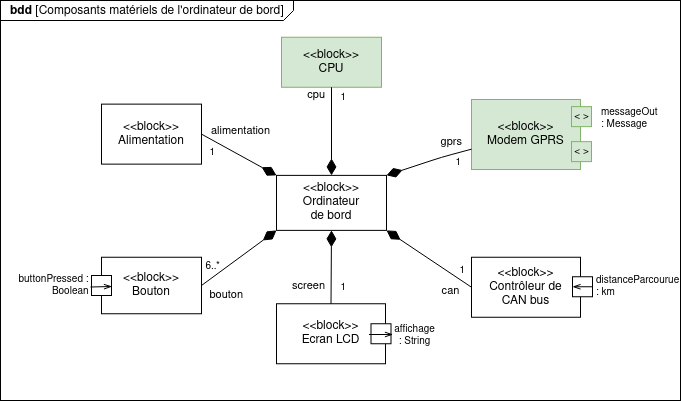
Dalker/ISI-mobility keeps this draw.io diagram as presentation/slide2.3.png. Above is the earlier version. Source tidied: cells renumbered, new cells last; positions are measured from the earlier drawing's top-left corner, leaving out a move shared by most shapes. Source of this version:
```xml
<mxGraphModel>
  <root>
    <mxCell id="0" />
    <mxCell id="1" parent="0" />
    <mxCell id="2" value="&lt;p style=&quot;margin: 0px ; margin-top: 4px ; margin-left: 10px ; text-align: left&quot;&gt;&lt;b&gt;bdd&lt;/b&gt; [Composants matériels de l'ordinateur de bord]&lt;br&gt;&lt;/p&gt;" style="html=1;strokeWidth=1;shape=mxgraph.sysml.package;labelX=293;align=left;spacingLeft=10;overflow=fill;spacing=1;" parent="1" vertex="1">
      <mxGeometry width="680" height="400" as="geometry" />
    </mxCell>
    <mxCell id="3" value="&lt;div&gt;&lt;span style=&quot;font-weight: normal&quot;&gt;&amp;lt;&amp;lt;block&amp;gt;&amp;gt;&lt;br&gt;&lt;/span&gt;&lt;/div&gt;&lt;div&gt;&lt;span style=&quot;font-weight: normal&quot;&gt;Modem GPRS&lt;br&gt;&lt;/span&gt;&lt;/div&gt;&lt;span style=&quot;font-weight: normal&quot;&gt;&lt;/span&gt;" style="strokeColor=#82b366;fillColor=#d5e8d4;shape=rect;fontStyle=1;html=1;whiteSpace=wrap;align=center;spacingBottom=0;" parent="2" vertex="1">
      <mxGeometry x="471" y="99" width="109" height="70" as="geometry" />
    </mxCell>
    <mxCell id="4" value="&lt;div&gt;&lt;span style=&quot;font-weight: normal&quot;&gt;&amp;lt;&amp;lt;block&amp;gt;&amp;gt;&lt;br&gt;&lt;/span&gt;&lt;/div&gt;&lt;div&gt;&lt;span style=&quot;font-weight: normal&quot;&gt;Ordinateur&lt;/span&gt;&lt;/div&gt;&lt;div&gt;&lt;span style=&quot;font-weight: normal&quot;&gt;de bord&lt;/span&gt;&lt;br&gt;&lt;/div&gt;" style="strokeColor=inherit;fillColor=inherit;gradientColor=inherit;shape=rect;fontStyle=1;html=1;whiteSpace=wrap;align=center;" parent="2" vertex="1">
      <mxGeometry x="276" y="174.9" width="110" height="55" as="geometry" />
    </mxCell>
    <mxCell id="5" value="&lt;div&gt;&lt;span style=&quot;font-weight: normal&quot;&gt;&amp;lt;&amp;lt;block&amp;gt;&amp;gt;&lt;br&gt;&lt;/span&gt;&lt;/div&gt;&lt;span style=&quot;font-weight: normal&quot;&gt;CPU&lt;/span&gt;" style="strokeColor=#82b366;fillColor=#d5e8d4;shape=rect;fontStyle=1;html=1;whiteSpace=wrap;align=center;" parent="2" vertex="1">
      <mxGeometry x="281" y="36.8" width="100" height="50" as="geometry" />
    </mxCell>
    <mxCell id="6" value="&lt;div&gt;&lt;span style=&quot;font-weight: normal&quot;&gt;&amp;lt;&amp;lt;block&amp;gt;&amp;gt;&lt;br&gt;&lt;/span&gt;&lt;/div&gt;&lt;div&gt;&lt;span style=&quot;font-weight: normal&quot;&gt;Bouton&lt;br&gt;&lt;/span&gt;&lt;/div&gt;&lt;span style=&quot;font-weight: normal&quot;&gt;&lt;/span&gt;" style="strokeColor=inherit;fillColor=inherit;gradientColor=inherit;shape=rect;fontStyle=1;html=1;whiteSpace=wrap;align=center;" parent="2" vertex="1">
      <mxGeometry x="101" y="256.8" width="100" height="56.5" as="geometry" />
    </mxCell>
    <mxCell id="7" value="&lt;div&gt;&lt;span style=&quot;font-weight: normal&quot;&gt;&amp;lt;&amp;lt;block&amp;gt;&amp;gt;&lt;br&gt;&lt;/span&gt;&lt;/div&gt;&lt;div&gt;&lt;span style=&quot;font-weight: normal&quot;&gt;Ecran LCD&lt;br&gt;&lt;/span&gt;&lt;/div&gt;&lt;span style=&quot;font-weight: normal&quot;&gt;&lt;/span&gt;" style="strokeColor=inherit;fillColor=inherit;gradientColor=inherit;shape=rect;fontStyle=1;html=1;whiteSpace=wrap;align=center;" parent="2" vertex="1">
      <mxGeometry x="276" y="303.2" width="109" height="60" as="geometry" />
    </mxCell>
    <mxCell id="8" value="screen" style="align=right;html=1;verticalAlign=bottom;endArrow=none;startArrow=diamondThin;startSize=14;startFill=1;edgeStyle=none;entryX=0.5;entryY=0;entryDx=0;entryDy=0;exitX=0.5;exitY=1;exitDx=0;exitDy=0;spacing=7;" parent="2" edge="1" source="4" target="7">
      <mxGeometry x="0.91" relative="1" as="geometry" />
    </mxCell>
    <mxCell id="9" value="1" style="html=1;align=right;verticalAlign=top;labelBackgroundColor=none;fontSize=10;" parent="8" vertex="1">
      <mxGeometry x="1" relative="1" as="geometry">
        <mxPoint x="15" y="-28.6" as="offset" />
      </mxGeometry>
    </mxCell>
    <mxCell id="10" value="cpu" style="align=right;html=1;verticalAlign=bottom;endArrow=none;startArrow=diamondThin;startSize=14;startFill=1;edgeStyle=none;exitX=0.5;exitY=0;exitDx=0;exitDy=0;entryX=0.5;entryY=1;entryDx=0;entryDy=0;" parent="2" edge="1" source="4" target="5">
      <mxGeometry x="0.6" y="5" relative="1" as="geometry" />
    </mxCell>
    <mxCell id="11" value="1" style="html=1;align=right;verticalAlign=top;labelBackgroundColor=none;fontSize=10;" parent="10" vertex="1">
      <mxGeometry x="1" relative="1" as="geometry">
        <mxPoint x="15" y="-3" as="offset" />
      </mxGeometry>
    </mxCell>
    <mxCell id="12" value="bouton" style="align=right;html=1;verticalAlign=bottom;endArrow=none;startArrow=diamondThin;startSize=14;startFill=1;edgeStyle=none;exitX=0;exitY=1;exitDx=0;exitDy=0;entryX=1;entryY=0.5;entryDx=0;entryDy=0;spacingTop=0;spacingBottom=0;spacingLeft=0;spacingRight=0;spacing=-2;" parent="2" edge="1" source="4" target="6">
      <mxGeometry x="0.52" y="35" relative="1" as="geometry" />
    </mxCell>
    <mxCell id="13" value="6..*" style="html=1;align=right;verticalAlign=top;labelBackgroundColor=none;fontSize=10;" parent="12" vertex="1">
      <mxGeometry x="1" relative="1" as="geometry">
        <mxPoint x="18.9" y="-32" as="offset" />
      </mxGeometry>
    </mxCell>
    <mxCell id="14" value="alimentation" style="align=center;html=1;verticalAlign=bottom;endArrow=none;startArrow=diamondThin;startSize=14;startFill=1;edgeStyle=none;exitX=0;exitY=0;exitDx=0;exitDy=0;entryX=1;entryY=0.5;entryDx=0;entryDy=0;labelPosition=center;verticalLabelPosition=top;horizontal=1;spacing=20;spacingLeft=-21;spacingTop=1;spacingBottom=3;" parent="2" edge="1" source="4" target="25">
      <mxGeometry x="-0.33" relative="1" as="geometry" />
    </mxCell>
    <mxCell id="15" value="1" style="html=1;align=right;verticalAlign=top;labelBackgroundColor=none;fontSize=10;" parent="14" vertex="1">
      <mxGeometry x="1" relative="1" as="geometry">
        <mxPoint x="14" y="5.2" as="offset" />
      </mxGeometry>
    </mxCell>
    <mxCell id="16" value="&lt;div&gt;&lt;span style=&quot;font-weight: normal&quot;&gt;&amp;lt;&amp;lt;block&amp;gt;&amp;gt;&lt;br&gt;&lt;/span&gt;&lt;/div&gt;&lt;div&gt;&lt;span style=&quot;font-weight: normal&quot;&gt;Contrôleur de&lt;br&gt;&lt;/span&gt;&lt;/div&gt;&lt;div&gt;&lt;span style=&quot;font-weight: normal&quot;&gt;CAN bus&lt;br&gt;&lt;/span&gt;&lt;/div&gt;&lt;span style=&quot;font-weight: normal&quot;&gt;&lt;/span&gt;" style="strokeColor=inherit;fillColor=inherit;gradientColor=inherit;shape=rect;fontStyle=1;html=1;whiteSpace=wrap;align=center;" parent="2" vertex="1">
      <mxGeometry x="471" y="256.8" width="109" height="60" as="geometry" />
    </mxCell>
    <mxCell id="17" value="can" style="align=center;html=1;verticalAlign=bottom;endArrow=none;startArrow=diamondThin;startSize=14;startFill=1;edgeStyle=none;exitX=1;exitY=1;exitDx=0;exitDy=0;spacingTop=0;labelPosition=center;verticalLabelPosition=top;spacingBottom=0;spacingLeft=0;entryX=0;entryY=0.5;entryDx=0;entryDy=0;" parent="2" edge="1" source="4" target="16">
      <mxGeometry x="0.8" y="-23" relative="1" as="geometry" />
    </mxCell>
    <mxCell id="18" value="1" style="html=1;align=right;verticalAlign=top;labelBackgroundColor=none;fontSize=10;" parent="17" vertex="1">
      <mxGeometry x="1" relative="1" as="geometry">
        <mxPoint x="-6" y="-29.9" as="offset" />
      </mxGeometry>
    </mxCell>
    <mxCell id="19" value="&amp;lt; &amp;gt;" style="strokeColor=#82b366;fillColor=#d5e8d4;shape=rect;html=1;align=center;verticalAlign=middle;labelPosition=center;verticalLabelPosition=middle;labelBackgroundColor=none;fontSize=10;paart=1;" parent="2" vertex="1">
      <mxGeometry x="571" y="106.1" width="20" height="20" as="geometry" />
    </mxCell>
    <mxCell id="20" value="&lt;div&gt;affichage&lt;/div&gt;&lt;div&gt;: String&lt;br&gt;&lt;/div&gt;" style="strokeColor=inherit;fillColor=inherit;gradientColor=inherit;shape=rect;points=[[0,0.5,0]];html=1;align=center;verticalAlign=top;labelPosition=center;verticalLabelPosition=bottom;labelBackgroundColor=none;fontSize=10;paart=1;rotation=90;horizontal=0;spacing=3;spacingBottom=0;spacingTop=-8;spacingLeft=26;" parent="2" vertex="1">
      <mxGeometry x="370.5" y="323.2" width="20" height="20" as="geometry" />
    </mxCell>
    <mxCell id="21" style="endArrow=openThin;html=1;strokeColor=#000000;fontSize=10;endFill=0;exitX=0.538;exitY=1.1;exitDx=0;exitDy=0;exitPerimeter=0;" parent="2" edge="1" source="20">
      <mxGeometry x="461" y="363.2" as="geometry">
        <mxPoint x="392.5" y="334" as="targetPoint" />
      </mxGeometry>
    </mxCell>
    <mxCell id="22" value="&lt;div&gt;buttonPressed :&lt;/div&gt;&lt;div align=&quot;right&quot;&gt;Boolean&lt;br&gt;&lt;/div&gt;" style="strokeColor=inherit;fillColor=inherit;gradientColor=inherit;shape=rect;points=[[0,0.5,0]];html=1;align=center;verticalAlign=middle;labelPosition=center;verticalLabelPosition=middle;labelBackgroundColor=none;fontSize=10;paart=1;rotation=90;horizontal=0;spacing=1;spacingBottom=0;spacingTop=-1;spacingLeft=-97;" parent="2" vertex="1">
      <mxGeometry x="91" y="275" width="20" height="20" as="geometry" />
    </mxCell>
    <mxCell id="23" value="&amp;lt; &amp;gt;" style="strokeColor=#82b366;fillColor=#d5e8d4;shape=rect;html=1;align=center;verticalAlign=middle;labelPosition=center;verticalLabelPosition=middle;labelBackgroundColor=none;fontSize=10;paart=1;" parent="2" vertex="1">
      <mxGeometry x="571" y="141.1" width="20" height="20" as="geometry" />
    </mxCell>
    <mxCell id="24" value="&lt;div&gt;messageOut&lt;/div&gt;&lt;div&gt;: Message&lt;br&gt;&lt;/div&gt;" style="text;html=1;align=left;verticalAlign=middle;labelBackgroundColor=#ffffff;fontSize=10;spacing=2;spacingLeft=-6;spacingRight=0;spacingTop=0;spacingBottom=4;" parent="2" vertex="1">
      <mxGeometry x="591" y="161.1" as="geometry">
        <mxPoint x="14" y="-42" as="offset" />
      </mxGeometry>
    </mxCell>
    <mxCell id="25" value="&lt;div&gt;&lt;span style=&quot;font-weight: normal&quot;&gt;&amp;lt;&amp;lt;block&amp;gt;&amp;gt;&lt;br&gt;&lt;/span&gt;&lt;/div&gt;&lt;div&gt;&lt;span style=&quot;font-weight: normal&quot;&gt;Alimentation&lt;br&gt;&lt;/span&gt;&lt;/div&gt;&lt;span style=&quot;font-weight: normal&quot;&gt;&lt;/span&gt;" style="strokeColor=inherit;fillColor=inherit;gradientColor=inherit;shape=rect;fontStyle=1;html=1;whiteSpace=wrap;align=center;" parent="2" vertex="1">
      <mxGeometry x="101" y="103.6" width="100" height="60" as="geometry" />
    </mxCell>
    <mxCell id="26" value="gprs" style="align=right;html=1;verticalAlign=bottom;endArrow=none;startArrow=diamondThin;startSize=14;startFill=1;edgeStyle=none;exitX=1;exitY=0;exitDx=0;exitDy=0;" parent="2" edge="1" source="4" target="3">
      <mxGeometry x="0.82" relative="1" as="geometry">
        <Array as="points">
          <mxPoint x="441" y="156.8" />
        </Array>
      </mxGeometry>
    </mxCell>
    <mxCell id="27" value="1" style="html=1;align=right;verticalAlign=top;labelBackgroundColor=none;fontSize=10;" parent="26" vertex="1">
      <mxGeometry x="1" relative="1" as="geometry">
        <mxPoint x="-10" as="offset" />
      </mxGeometry>
    </mxCell>
    <mxCell id="28" value="&lt;div&gt;distanceParcourue&lt;/div&gt;&lt;div align=&quot;left&quot;&gt;: km&lt;br&gt;&lt;/div&gt;" style="strokeColor=inherit;fillColor=inherit;gradientColor=inherit;shape=rect;html=1;align=left;verticalAlign=middle;labelPosition=right;verticalLabelPosition=middle;labelBackgroundColor=none;fontSize=10;paart=1;rotation=0;horizontal=1;spacing=4;spacingBottom=0;spacingTop=0;spacingLeft=0;" parent="2" vertex="1">
      <mxGeometry x="572" y="276.2" width="20" height="20" as="geometry" />
    </mxCell>
    <mxCell id="29" style="endArrow=none;html=1;strokeColor=#000000;fontSize=10;endFill=0;startArrow=openThin;startFill=0;" parent="2" edge="1">
      <mxGeometry x="562" y="276.2" as="geometry">
        <mxPoint x="572" y="286.2" as="sourcePoint" />
        <mxPoint x="592" y="286.2" as="targetPoint" />
      </mxGeometry>
    </mxCell>
    <mxCell id="30" style="endArrow=openThin;html=1;strokeColor=#000000;fontSize=10;endFill=0;exitX=0.575;exitY=1.05;exitDx=0;exitDy=0;exitPerimeter=0;" parent="2" edge="1" source="22">
      <mxGeometry x="191" y="325" as="geometry">
        <mxPoint x="111.5" y="286" as="targetPoint" />
      </mxGeometry>
    </mxCell>
  </root>
</mxGraphModel>
```
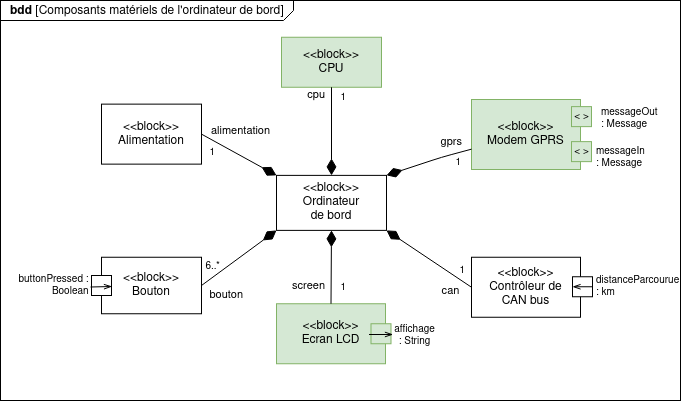
The same diagram one commit later.

What changed in the source:
```diff
@@ -17,7 +17,7 @@
     <mxCell id="6" value="&lt;div&gt;&lt;span style=&quot;font-weight: normal&quot;&gt;&amp;lt;&amp;lt;block&amp;gt;&amp;gt;&lt;br&gt;&lt;/span&gt;&lt;/div&gt;&lt;div&gt;&lt;span style=&quot;font-weight: normal&quot;&gt;Bouton&lt;br&gt;&lt;/span&gt;&lt;/div&gt;&lt;span style=&quot;font-weight: normal&quot;&gt;&lt;/span&gt;" style="strokeColor=inherit;fillColor=inherit;gradientColor=inherit;shape=rect;fontStyle=1;html=1;whiteSpace=wrap;align=center;" parent="2" vertex="1">
       <mxGeometry x="101" y="256.8" width="100" height="56.5" as="geometry" />
     </mxCell>
-    <mxCell id="7" value="&lt;div&gt;&lt;span style=&quot;font-weight: normal&quot;&gt;&amp;lt;&amp;lt;block&amp;gt;&amp;gt;&lt;br&gt;&lt;/span&gt;&lt;/div&gt;&lt;div&gt;&lt;span style=&quot;font-weight: normal&quot;&gt;Ecran LCD&lt;br&gt;&lt;/span&gt;&lt;/div&gt;&lt;span style=&quot;font-weight: normal&quot;&gt;&lt;/span&gt;" style="strokeColor=inherit;fillColor=inherit;gradientColor=inherit;shape=rect;fontStyle=1;html=1;whiteSpace=wrap;align=center;" parent="2" vertex="1">
+    <mxCell id="7" value="&lt;div&gt;&lt;span style=&quot;font-weight: normal&quot;&gt;&amp;lt;&amp;lt;block&amp;gt;&amp;gt;&lt;br&gt;&lt;/span&gt;&lt;/div&gt;&lt;div&gt;&lt;span style=&quot;font-weight: normal&quot;&gt;Ecran LCD&lt;br&gt;&lt;/span&gt;&lt;/div&gt;&lt;span style=&quot;font-weight: normal&quot;&gt;&lt;/span&gt;" style="strokeColor=#82b366;fillColor=#d5e8d4;shape=rect;fontStyle=1;html=1;whiteSpace=wrap;align=center;" parent="2" vertex="1">
       <mxGeometry x="276" y="303.2" width="109" height="60" as="geometry" />
     </mxCell>
     <mxCell id="8" value="screen" style="align=right;html=1;verticalAlign=bottom;endArrow=none;startArrow=diamondThin;startSize=14;startFill=1;edgeStyle=none;entryX=0.5;entryY=0;entryDx=0;entryDy=0;exitX=0.5;exitY=1;exitDx=0;exitDy=0;spacing=7;" parent="2" edge="1" source="4" target="7">
@@ -66,7 +66,7 @@
     <mxCell id="19" value="&amp;lt; &amp;gt;" style="strokeColor=#82b366;fillColor=#d5e8d4;shape=rect;html=1;align=center;verticalAlign=middle;labelPosition=center;verticalLabelPosition=middle;labelBackgroundColor=none;fontSize=10;paart=1;" parent="2" vertex="1">
       <mxGeometry x="571" y="106.1" width="20" height="20" as="geometry" />
     </mxCell>
-    <mxCell id="20" value="&lt;div&gt;affichage&lt;/div&gt;&lt;div&gt;: String&lt;br&gt;&lt;/div&gt;" style="strokeColor=inherit;fillColor=inherit;gradientColor=inherit;shape=rect;points=[[0,0.5,0]];html=1;align=center;verticalAlign=top;labelPosition=center;verticalLabelPosition=bottom;labelBackgroundColor=none;fontSize=10;paart=1;rotation=90;horizontal=0;spacing=3;spacingBottom=0;spacingTop=-8;spacingLeft=26;" parent="2" vertex="1">
+    <mxCell id="20" value="&lt;div&gt;affichage&lt;/div&gt;&lt;div&gt;: String&lt;br&gt;&lt;/div&gt;" style="strokeColor=#82b366;fillColor=#d5e8d4;shape=rect;points=[[0,0.5,0]];html=1;align=center;verticalAlign=top;labelPosition=center;verticalLabelPosition=bottom;labelBackgroundColor=none;fontSize=10;paart=1;rotation=90;horizontal=0;spacing=3;spacingBottom=0;spacingTop=-8;spacingLeft=26;" parent="2" vertex="1">
       <mxGeometry x="370.5" y="323.2" width="20" height="20" as="geometry" />
     </mxCell>
     <mxCell id="21" style="endArrow=openThin;html=1;strokeColor=#000000;fontSize=10;endFill=0;exitX=0.538;exitY=1.1;exitDx=0;exitDy=0;exitPerimeter=0;" parent="2" edge="1" source="20">
@@ -114,5 +114,8 @@
         <mxPoint x="111.5" y="286" as="targetPoint" />
       </mxGeometry>
     </mxCell>
+    <mxCell id="31" value="&lt;div&gt;messageIn&lt;br&gt;&lt;/div&gt;&lt;div&gt;: Message&lt;br&gt;&lt;/div&gt;" style="text;html=1;align=left;verticalAlign=middle;labelBackgroundColor=#ffffff;fontSize=10;spacing=2;spacingLeft=-6;spacingRight=0;spacingTop=0;spacingBottom=4;" parent="1" vertex="1">
+      <mxGeometry x="600" y="158.1" as="geometry" />
+    </mxCell>
   </root>
 </mxGraphModel>
```
